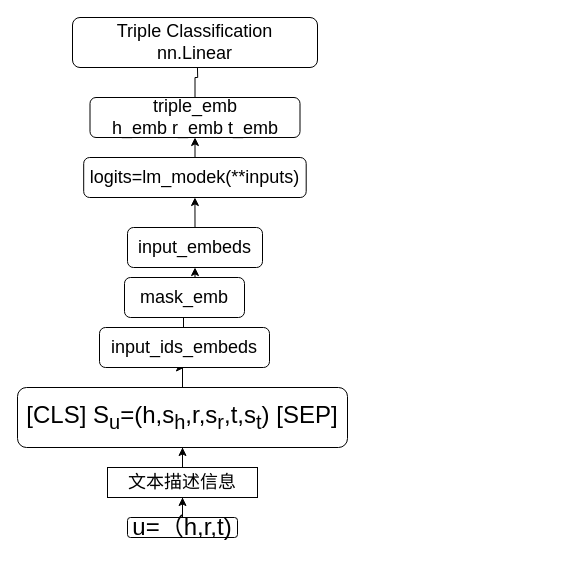
The draw.io diagram LMKE.drawio in pyddyp/dealPicture, before the edit. Source tidied: cells renumbered, new cells numbered last; positions are measured from the earlier drawing's top-left corner, leaving out a move shared by most shapes. Both pictures are drawn from the tidied source at 100%, with x=0, y=0 at pixel (17, 17).
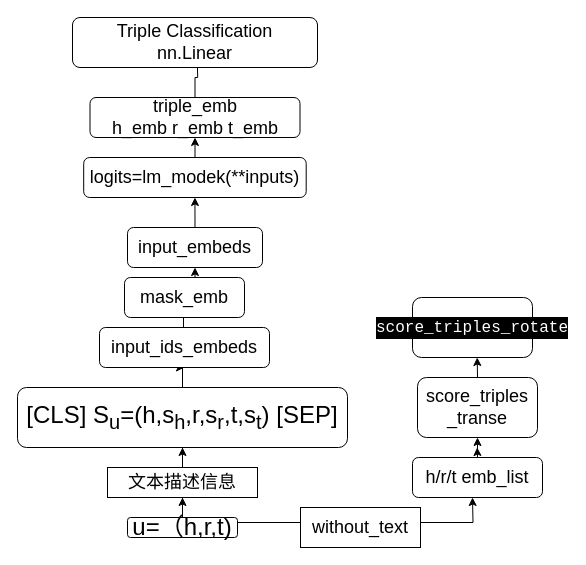
Above is the later version.

The change refers to these unchanged cells:
```xml
<mxCell id="3" value="&lt;font style=&quot;font-size: 24px;&quot;&gt;u=（h,r,t)&lt;/font&gt;" style="rounded=1;whiteSpace=wrap;html=1;" parent="1" vertex="1">
  <mxGeometry x="110" y="500" width="110" height="20" as="geometry" />
</mxCell>
```

Diff of the diagram source:
```diff
@@
+    <mxCell id="19" style="edgeStyle=orthogonalEdgeStyle;rounded=0;jettySize=auto;html=1;exitX=1;exitY=0.25;exitDx=0;exitDy=0;" parent="1" edge="1" source="3">
+      <mxGeometry relative="1" as="geometry">
+        <mxPoint x="455" y="480" as="targetPoint" />
+      </mxGeometry>
+    </mxCell>
@@
+    <mxCell id="20" style="edgeStyle=orthogonalEdgeStyle;rounded=0;jettySize=auto;html=1;exitX=0.5;exitY=0;exitDx=0;exitDy=0;" parent="1" edge="1" source="22">
+      <mxGeometry relative="1" as="geometry">
+        <mxPoint x="459.7" y="430" as="targetPoint" />
+      </mxGeometry>
+    </mxCell>
+    <mxCell id="21" style="edgeStyle=orthogonalEdgeStyle;rounded=0;jettySize=auto;html=1;exitX=0.5;exitY=0;exitDx=0;exitDy=0;entryX=0.5;entryY=1;entryDx=0;entryDy=0;" parent="1" edge="1" source="22" target="25">
+      <mxGeometry relative="1" as="geometry" />
+    </mxCell>
+    <mxCell id="22" value="&lt;font style=&quot;font-size: 18px;&quot;&gt;h/r/t emb_list&lt;/font&gt;" style="rounded=1;whiteSpace=wrap;html=1;" parent="1" vertex="1">
+      <mxGeometry x="395" y="440" width="130" height="40" as="geometry" />
+    </mxCell>
+    <mxCell id="23" value="&lt;font style=&quot;font-size: 18px;&quot;&gt;without_text&lt;/font&gt;" style="rounded=0;whiteSpace=wrap;html=1;" parent="1" vertex="1">
+      <mxGeometry x="283" y="490" width="120" height="40" as="geometry" />
+    </mxCell>
+    <mxCell id="24" style="edgeStyle=orthogonalEdgeStyle;rounded=0;jettySize=auto;html=1;exitX=0.5;exitY=0;exitDx=0;exitDy=0;" parent="1" edge="1" source="25">
+      <mxGeometry relative="1" as="geometry">
+        <mxPoint x="459.7" y="340" as="targetPoint" />
+      </mxGeometry>
+    </mxCell>
+    <mxCell id="25" value="&lt;font style=&quot;font-size: 18px;&quot;&gt;score_triples&lt;br&gt;_transe&lt;/font&gt;" style="rounded=1;whiteSpace=wrap;html=1;" parent="1" vertex="1">
+      <mxGeometry x="400" y="360" width="120" height="60" as="geometry" />
+    </mxCell>
+    <mxCell id="26" value="&lt;div style=&quot;color: rgb(255, 255, 255); background-color: rgb(0, 0, 0); font-family: Consolas, &amp;quot;Courier New&amp;quot;, monospace; font-size: 16px; line-height: 22px;&quot;&gt;score_triples_rotate&lt;/div&gt;" style="rounded=1;whiteSpace=wrap;html=1;" parent="1" vertex="1">
+      <mxGeometry x="395" y="280" width="120" height="60" as="geometry" />
+    </mxCell>
```
